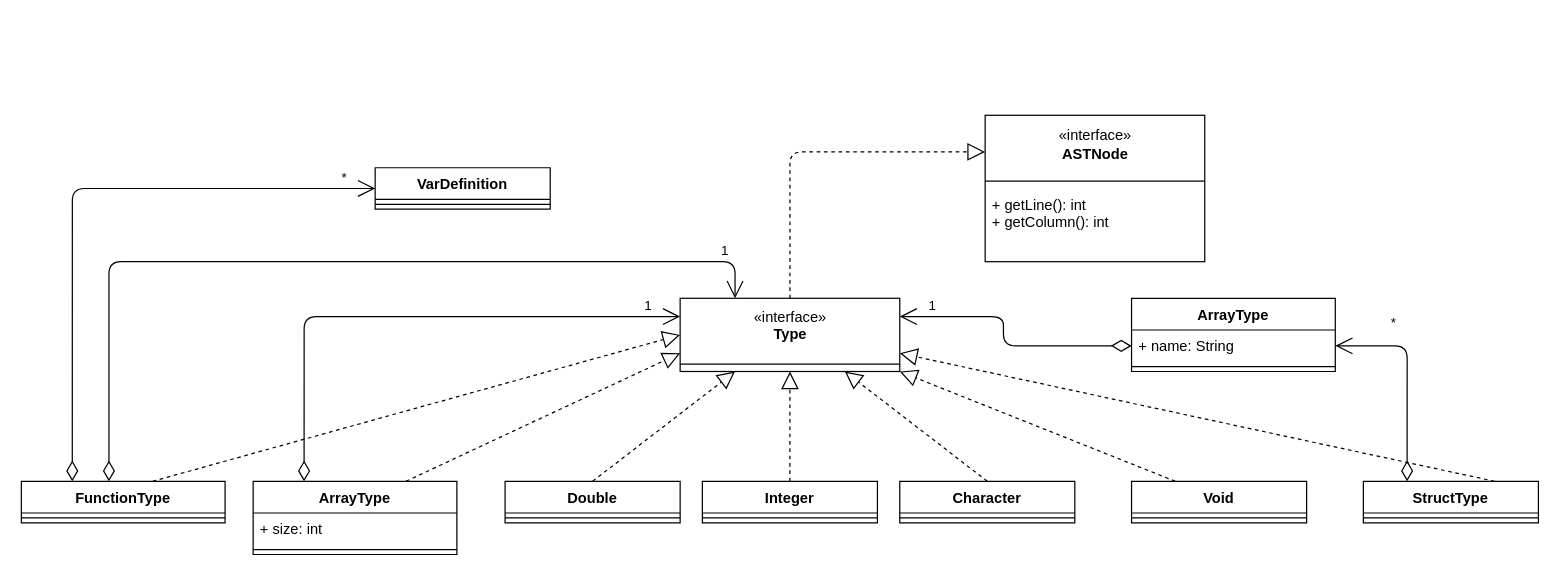
Earlier version of the draw.io diagram out/production/CmmCompiler/diagrams/types.drawio (UO258220/DLP_cmm). Source tidied: cells renumbered, new cells numbered last; positions are measured from the earlier drawing's top-left corner, leaving out a move shared by most shapes. Both pictures are drawn from the tidied source at 122%, with x=0, y=0 at pixel (21, 115).
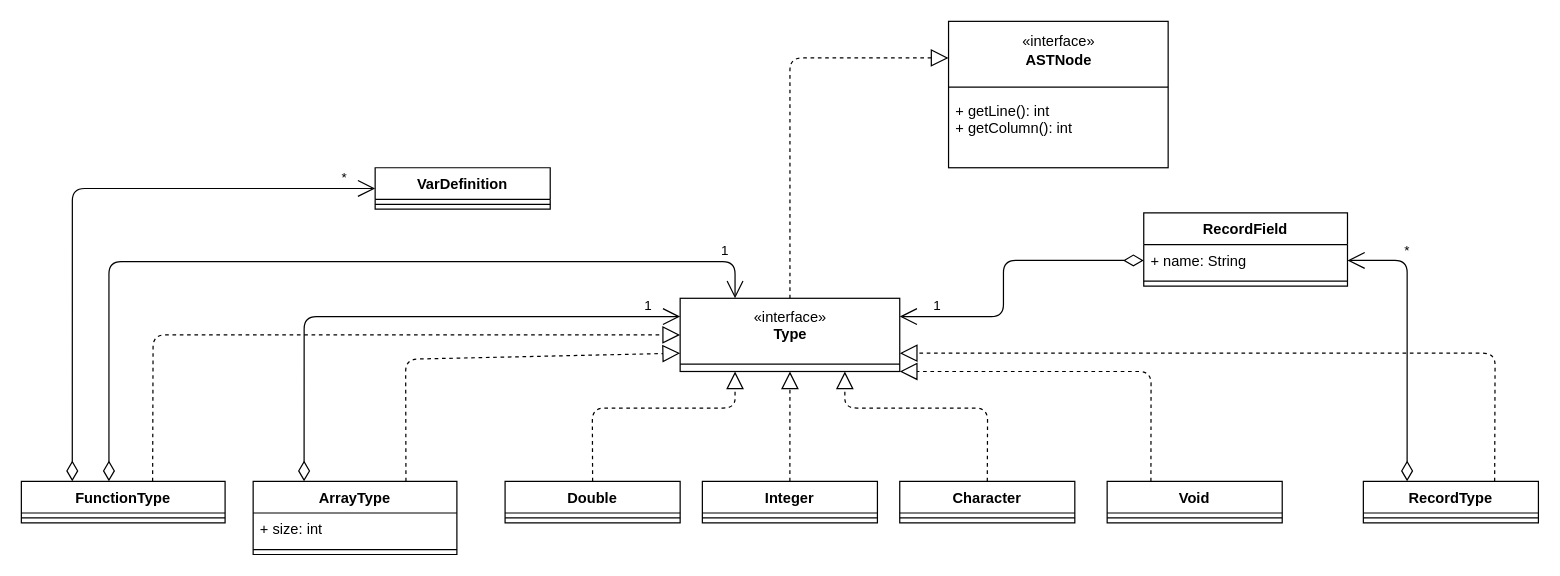
After the change.

The change refers to these unchanged cells:
```xml
<mxCell id="3" value="«interface»&lt;br&gt;&lt;b&gt;Type&lt;br&gt;&lt;br&gt;&lt;/b&gt;" style="html=1;" parent="2" vertex="1">
  <mxGeometry width="180" height="60" as="geometry" />
</mxCell>
<mxCell id="7" value="«interface»&lt;br&gt;&lt;div&gt;&lt;b&gt;ASTNode&lt;/b&gt;&lt;/div&gt;&lt;div&gt;&lt;b&gt;&lt;br&gt;&lt;/b&gt;&lt;/div&gt;&lt;b&gt;&lt;br&gt;&lt;br&gt;&lt;br&gt;&lt;br&gt;&lt;/b&gt;" style="html=1;" parent="5" vertex="1">
  <mxGeometry width="180" height="120" as="geometry" />
</mxCell>
<mxCell id="13" value="Double" style="swimlane;fontStyle=1;align=center;verticalAlign=top;horizontal=1;startSize=26;" parent="1" vertex="1">
  <mxGeometry x="396.5" y="300" width="143.5" height="34" as="geometry" />
</mxCell>
<mxCell id="15" value="Character" style="swimlane;fontStyle=1;align=center;verticalAlign=top;horizontal=1;startSize=26;" parent="1" vertex="1">
  <mxGeometry x="720" y="300" width="143.5" height="34" as="geometry" />
</mxCell>
<mxCell id="20" value="ArrayType" style="swimlane;fontStyle=1;align=center;verticalAlign=top;horizontal=1;startSize=26;" parent="1" vertex="1">
  <mxGeometry x="190" y="300" width="167" height="60" as="geometry" />
</mxCell>
<mxCell id="37" value="+ name: String" style="text;strokeColor=none;fillColor=none;align=left;verticalAlign=top;spacingLeft=4;spacingRight=4;overflow=hidden;points=[[0,0.5],[1,0.5]];portConstraint=eastwest;" parent="36" vertex="1">
  <mxGeometry y="26" width="167" height="26" as="geometry" />
</mxCell>
```

The edit, as a diff of the source:
```diff
@@
     <mxCell id="5" style="group;" parent="1" vertex="1">
-      <mxGeometry x="790" width="180" height="120" as="geometry" />
+      <mxGeometry x="760" y="-77" width="180" height="120" as="geometry" />
     </mxCell>
@@
     <mxCell id="10" style="endArrow=block;dashed=1;endFill=0;endSize=12;html=1;entryX=0;entryY=0.25;entryDx=0;entryDy=0;exitX=0.5;exitY=0;exitDx=0;exitDy=0;" parent="1" edge="1" source="3" target="7">
       <mxGeometry relative="1" as="geometry">
         <Array as="points">
-          <mxPoint x="630" y="30" />
+          <mxPoint x="630" y="-47" />
         </Array>
       </mxGeometry>
     </mxCell>
@@
     <mxCell id="18" style="endArrow=block;dashed=1;endFill=0;endSize=12;html=1;entryX=0.25;entryY=1;entryDx=0;entryDy=0;exitX=0.5;exitY=0;exitDx=0;exitDy=0;" parent="1" edge="1" source="13" target="3">
-      <mxGeometry relative="1" as="geometry" />
+      <mxGeometry relative="1" as="geometry">
+        <Array as="points">
+          <mxPoint x="468" y="240" />
+          <mxPoint x="585" y="240" />
+        </Array>
+      </mxGeometry>
     </mxCell>
     <mxCell id="19" style="endArrow=block;dashed=1;endFill=0;endSize=12;html=1;exitX=0.5;exitY=0;exitDx=0;exitDy=0;entryX=0.75;entryY=1;entryDx=0;entryDy=0;" parent="1" edge="1" source="15" target="3">
-      <mxGeometry relative="1" as="geometry" />
+      <mxGeometry relative="1" as="geometry">
+        <Array as="points">
+          <mxPoint x="792" y="240" />
+          <mxPoint x="675" y="240" />
+        </Array>
+      </mxGeometry>
     </mxCell>
@@
     <mxCell id="23" style="endArrow=block;dashed=1;endFill=0;endSize=12;html=1;entryX=0;entryY=0.75;entryDx=0;entryDy=0;exitX=0.75;exitY=0;exitDx=0;exitDy=0;" parent="1" edge="1" source="20" target="3">
-      <mxGeometry relative="1" as="geometry" />
+      <mxGeometry relative="1" as="geometry">
+        <Array as="points">
+          <mxPoint x="315" y="200" />
+        </Array>
+      </mxGeometry>
     </mxCell>
@@
-    <mxCell id="25" value="StructType" style="swimlane;fontStyle=1;align=center;verticalAlign=top;horizontal=1;startSize=26;" parent="1" vertex="1">
+    <mxCell id="25" value="RecordType" style="swimlane;fontStyle=1;align=center;verticalAlign=top;horizontal=1;startSize=26;" parent="1" vertex="1">
       <mxGeometry x="1100" y="300" width="143.5" height="34" as="geometry" />
     </mxCell>
@@
     <mxCell id="27" value="*" style="endArrow=open;html=1;endSize=12;startArrow=diamondThin;startSize=14;startFill=0;edgeStyle=orthogonalEdgeStyle;align=left;verticalAlign=bottom;exitX=0.25;exitY=0;exitDx=0;exitDy=0;entryX=1;entryY=0.5;entryDx=0;entryDy=0;" parent="1" edge="1" source="25" target="37">
-      <mxGeometry x="0.48" y="-10" relative="1" as="geometry" />
+      <mxGeometry x="0.61" y="1" relative="1" as="geometry" />
     </mxCell>
     <mxCell id="28" style="endArrow=block;dashed=1;endFill=0;endSize=12;html=1;exitX=0.75;exitY=0;exitDx=0;exitDy=0;entryX=1;entryY=0.75;entryDx=0;entryDy=0;" parent="1" edge="1" source="25" target="3">
-      <mxGeometry relative="1" as="geometry" />
+      <mxGeometry relative="1" as="geometry">
+        <Array as="points">
+          <mxPoint x="1208" y="195" />
+        </Array>
+      </mxGeometry>
     </mxCell>
@@
     <mxCell id="30" style="endArrow=block;dashed=1;endFill=0;endSize=12;html=1;entryX=0;entryY=0.5;entryDx=0;entryDy=0;exitX=0.75;exitY=0;exitDx=0;exitDy=0;" parent="1" edge="1" target="3">
       <mxGeometry relative="1" as="geometry">
         <mxPoint x="107.6" y="300" as="sourcePoint" />
+        <Array as="points">
+          <mxPoint x="108" y="180" />
+        </Array>
       </mxGeometry>
     </mxCell>
@@
-    <mxCell id="36" value="ArrayType" style="swimlane;fontStyle=1;align=center;verticalAlign=top;horizontal=1;startSize=26;" parent="1" vertex="1">
-      <mxGeometry x="910" y="150" width="167" height="60" as="geometry" />
+    <mxCell id="36" value="RecordField" style="swimlane;fontStyle=1;align=center;verticalAlign=top;horizontal=1;startSize=26;" parent="1" vertex="1">
+      <mxGeometry x="920" y="80" width="167" height="60" as="geometry" />
     </mxCell>
@@
     <mxCell id="39" value="1" style="endArrow=open;html=1;endSize=12;startArrow=diamondThin;startSize=14;startFill=0;edgeStyle=orthogonalEdgeStyle;align=left;verticalAlign=bottom;exitX=0;exitY=0.5;exitDx=0;exitDy=0;entryX=1;entryY=0.25;entryDx=0;entryDy=0;" parent="1" edge="1" source="37" target="3">
       <mxGeometry x="0.79" relative="1" as="geometry">
         <Array as="points">
-          <mxPoint x="805" y="189" />
+          <mxPoint x="805" y="119" />
           <mxPoint x="805" y="165" />
         </Array>
       </mxGeometry>
     </mxCell>
     <mxCell id="40" value="Void" style="swimlane;fontStyle=1;align=center;verticalAlign=top;horizontal=1;startSize=26;" parent="1" vertex="1">
-      <mxGeometry x="910" y="300" width="143.5" height="34" as="geometry" />
+      <mxGeometry x="890" y="300" width="143.5" height="34" as="geometry" />
     </mxCell>
@@
     <mxCell id="42" style="endArrow=block;dashed=1;endFill=0;endSize=12;html=1;exitX=0.25;exitY=0;exitDx=0;exitDy=0;entryX=1;entryY=1;entryDx=0;entryDy=0;" parent="1" edge="1" source="40" target="3">
-      <mxGeometry relative="1" as="geometry" />
+      <mxGeometry relative="1" as="geometry">
+        <Array as="points">
+          <mxPoint x="926" y="210" />
+        </Array>
+      </mxGeometry>
     </mxCell>
```
